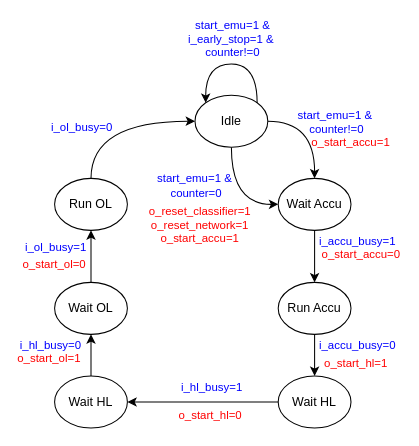
Earlier version of the draw.io diagram network_scheduler_fsm.drawio (AurelieSa/draw_io). Source tidied: cells renumbered, new cells numbered last; positions are measured from the earlier drawing's top-left corner, leaving out a move shared by most shapes. Both pictures are drawn from the tidied source at 104%, with x=0, y=0 at pixel (18, 63).
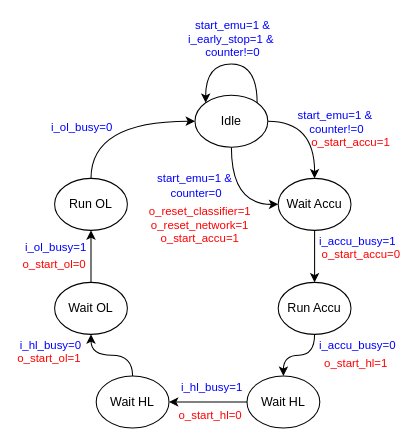
The same diagram, later.

Unchanged cells that the change refers to:
```xml
<mxCell id="26" value="Wait OL" style="ellipse;whiteSpace=wrap;html=1;" parent="1" vertex="1">
  <mxGeometry x="35" y="210" width="70" height="50" as="geometry" />
</mxCell>
```

What changed in the source:
```diff
@@
     <mxCell id="18" value="Wait HL" style="ellipse;whiteSpace=wrap;html=1;" parent="1" vertex="1">
-      <mxGeometry x="250" y="300" width="70" height="50" as="geometry" />
+      <mxGeometry x="220" y="300" width="70" height="50" as="geometry" />
     </mxCell>
@@
-    <mxCell id="21" style="edgeStyle=orthogonalEdgeStyle;rounded=0;jettySize=auto;html=1;exitX=0.5;exitY=0;exitDx=0;exitDy=0;" parent="1" edge="1" source="22" target="26">
+    <mxCell id="21" style="edgeStyle=orthogonalEdgeStyle;rounded=0;jettySize=auto;html=1;exitX=0.5;exitY=0;exitDx=0;exitDy=0;curved=1;" parent="1" edge="1" source="22" target="26">
       <mxGeometry relative="1" as="geometry" />
     </mxCell>
     <mxCell id="22" value="Wait HL" style="ellipse;whiteSpace=wrap;html=1;" parent="1" vertex="1">
-      <mxGeometry x="35" y="300" width="70" height="50" as="geometry" />
+      <mxGeometry x="75" y="300" width="70" height="50" as="geometry" />
     </mxCell>
```
